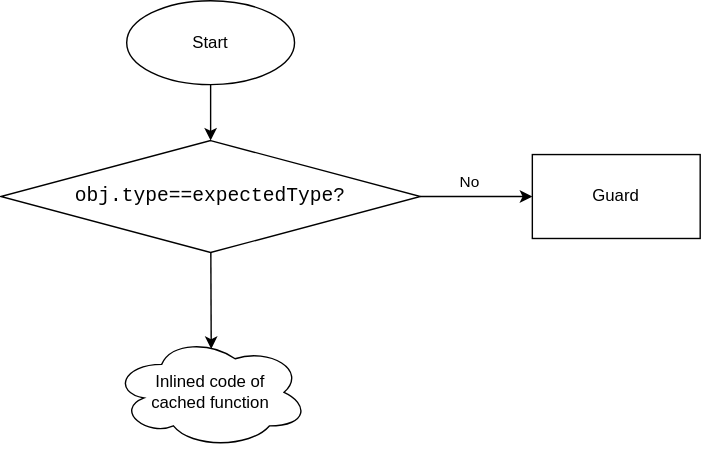
The draw.io diagram thesis_text/guard_first.drawio.svg in jagotu/BACIL, before a commit. Source tidied: cells renumbered, new cells last; positions are measured from the earlier drawing's top-left corner, leaving out a move shared by most shapes. The source it was exported from:
```xml
<mxGraphModel background="#ffffff">
  <root>
    <mxCell id="0" />
    <mxCell id="1" parent="0" />
    <mxCell id="2" style="edgeStyle=none;html=1;fontColor=#000000;" parent="1" edge="1" source="5" target="8">
      <mxGeometry relative="1" as="geometry" />
    </mxCell>
    <mxCell id="3" value="No" style="edgeLabel;html=1;align=center;verticalAlign=middle;fontColor=#000000;labelBackgroundColor=none;" parent="2" vertex="1">
      <mxGeometry x="-0.36" y="2" relative="1" as="geometry">
        <mxPoint x="9" y="-8" as="offset" />
      </mxGeometry>
    </mxCell>
    <mxCell id="4" style="edgeStyle=none;html=1;fontColor=#000000;entryX=0.503;entryY=0.112;entryDx=0;entryDy=0;entryPerimeter=0;" parent="1" edge="1" source="5" target="9">
      <mxGeometry relative="1" as="geometry" />
    </mxCell>
    <mxCell id="5" value="&lt;div style=&quot;line-height: 19px&quot;&gt;&lt;font face=&quot;consolas, courier new, monospace&quot;&gt;&lt;span style=&quot;font-size: 14px&quot;&gt;obj.type==expectedType?&lt;/span&gt;&lt;/font&gt;&lt;br&gt;&lt;/div&gt;" style="rhombus;whiteSpace=wrap;html=1;rounded=0;fontColor=#000000;labelBackgroundColor=none;fillColor=none;fontFamily=monospace;" parent="1" vertex="1">
      <mxGeometry y="100" width="300" height="80" as="geometry" />
    </mxCell>
    <mxCell id="6" style="edgeStyle=none;html=1;fontColor=#000000;" parent="1" edge="1" source="7" target="5">
      <mxGeometry relative="1" as="geometry" />
    </mxCell>
    <mxCell id="7" value="Start" style="ellipse;whiteSpace=wrap;html=1;labelBackgroundColor=none;fontColor=#000000;fillColor=none;" parent="1" vertex="1">
      <mxGeometry x="90" width="120" height="60" as="geometry" />
    </mxCell>
    <mxCell id="8" value="Guard" style="whiteSpace=wrap;html=1;fontColor=#000000;rounded=0;labelBackgroundColor=none;fillColor=none;" parent="1" vertex="1">
      <mxGeometry x="380" y="110" width="120" height="60" as="geometry" />
    </mxCell>
    <mxCell id="9" value="Inlined code of cached function" style="ellipse;shape=cloud;whiteSpace=wrap;html=1;labelBackgroundColor=none;fontColor=#000000;fillColor=none;spacingLeft=10;spacingRight=10;" parent="1" vertex="1">
      <mxGeometry x="80" y="240" width="140" height="80" as="geometry" />
    </mxCell>
  </root>
</mxGraphModel>
```
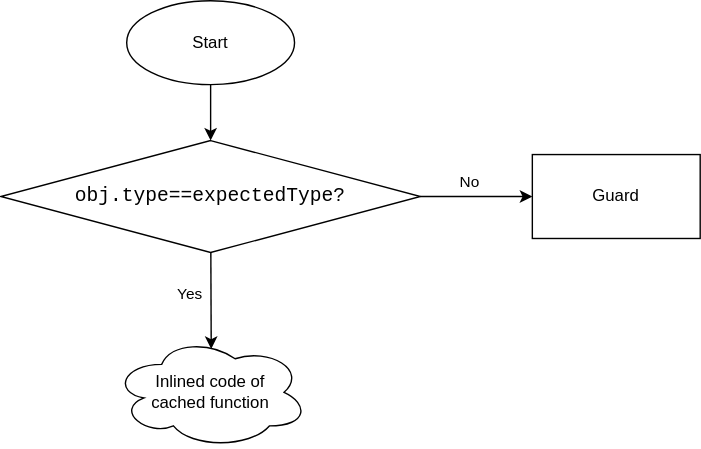
The same diagram one commit later.

Commit message:
Thesis: more readability improvements

The edit, as a diff of the source:
```diff
@@ -28,5 +28,8 @@
     <mxCell id="9" value="Inlined code of cached function" style="ellipse;shape=cloud;whiteSpace=wrap;html=1;labelBackgroundColor=none;fontColor=#000000;fillColor=none;spacingLeft=10;spacingRight=10;" parent="1" vertex="1">
       <mxGeometry x="80" y="240" width="140" height="80" as="geometry" />
     </mxCell>
+    <mxCell id="10" value="Yes" style="edgeLabel;html=1;align=center;verticalAlign=middle;fontColor=#000000;labelBackgroundColor=none;" parent="1" vertex="1">
+      <mxGeometry x="135" y="210" as="geometry" />
+    </mxCell>
   </root>
 </mxGraphModel>
```
